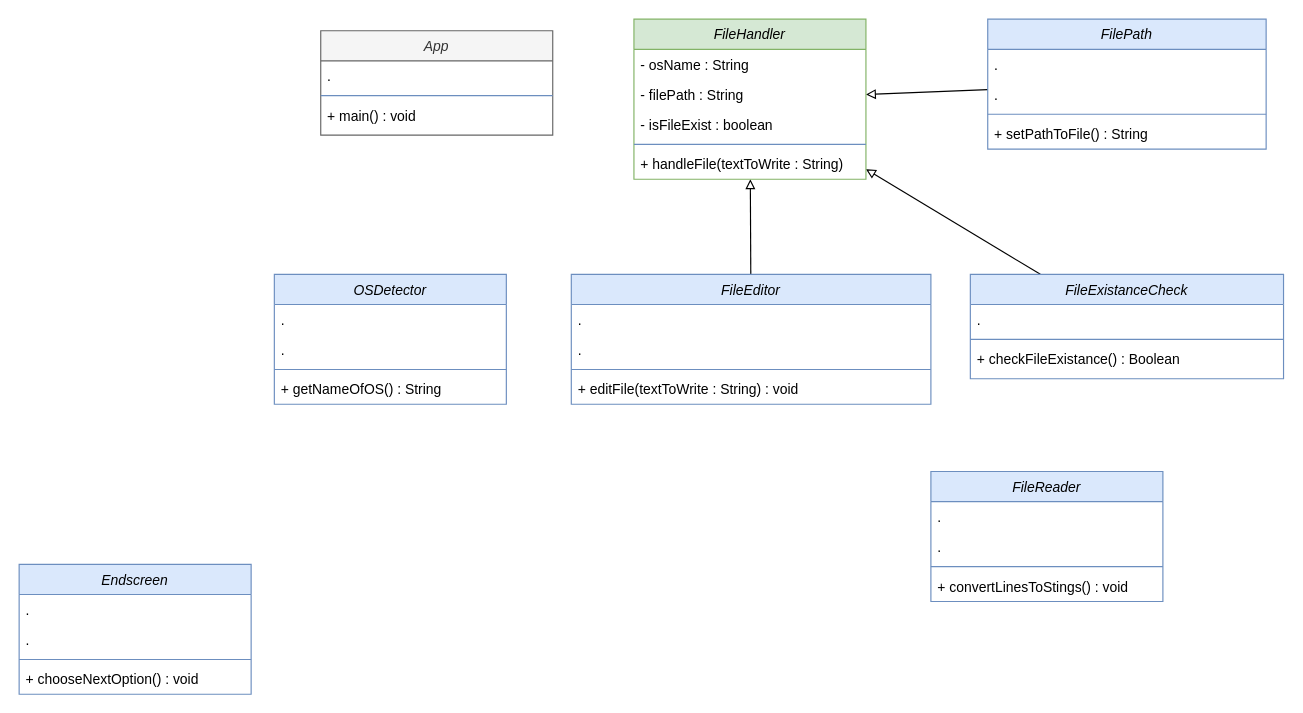
Before: page "Classes Diagram" (1 of 7) of todolist.drawio in bschostak/ToDoList, a draw.io diagram. Source tidied: cells renumbered, new cells numbered last; positions are measured from the earlier drawing's top-left corner, leaving out a move shared by most shapes. Both pictures are drawn from the tidied source at 116%, with x=0, y=0 at pixel (19, 19).
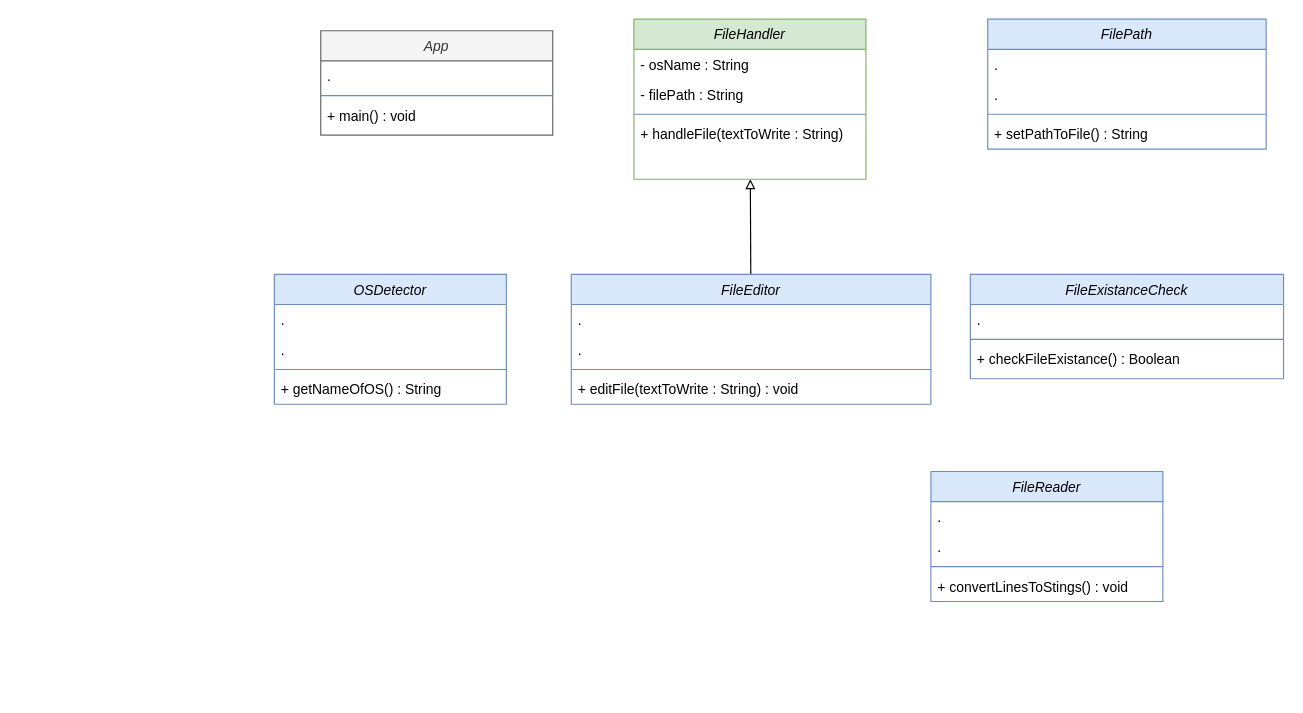
The same diagram, later.

The change refers to these unchanged cells:
```xml
<mxCell id="7" value="FileExistanceCheck" style="swimlane;fontStyle=2;align=center;verticalAlign=top;horizontal=1;startSize=26;rounded=0;shadow=0;strokeWidth=1;fillColor=#dae8fc;strokeColor=#6c8ebf;" parent="1" vertex="1">
  <mxGeometry x="820" y="220" width="270" height="90" as="geometry" />
</mxCell>
<mxCell id="12" value="FilePath" style="swimlane;fontStyle=2;align=center;verticalAlign=top;horizontal=1;startSize=26;rounded=0;shadow=0;strokeWidth=1;fillColor=#dae8fc;strokeColor=#6c8ebf;" parent="1" vertex="1">
  <mxGeometry x="835" width="240" height="112" as="geometry" />
</mxCell>
<mxCell id="38" value="FileHandler" style="swimlane;fontStyle=2;align=center;verticalAlign=top;horizontal=1;startSize=26;rounded=0;shadow=0;strokeWidth=1;fillColor=#d5e8d4;strokeColor=#82b366;" parent="1" vertex="1">
  <mxGeometry x="530" width="200" height="138" as="geometry" />
</mxCell>
```

What changed in the source:
```diff
@@
-    <mxCell id="6" style="edgeStyle=none;html=0;endArrow=block;endFill=0;" parent="1" edge="1" source="7" target="38">
-      <mxGeometry relative="1" as="geometry" />
-    </mxCell>
@@
-    <mxCell id="11" style="edgeStyle=none;html=1;fontSize=12;fontColor=#000000;endArrow=block;endFill=0;" parent="1" edge="1" source="12" target="38">
-      <mxGeometry relative="1" as="geometry" />
-    </mxCell>
@@
-    <mxCell id="33" value="Endscreen" style="swimlane;fontStyle=2;align=center;verticalAlign=top;horizontal=1;startSize=26;rounded=0;shadow=0;strokeWidth=1;fillColor=#dae8fc;strokeColor=#6c8ebf;" parent="1" vertex="1">
-      <mxGeometry y="470" width="200" height="112" as="geometry" />
-    </mxCell>
-    <mxCell id="34" value="." style="text;align=left;verticalAlign=top;spacingLeft=4;spacingRight=4;overflow=hidden;rounded=0;shadow=0;html=0;" parent="33" vertex="1">
-      <mxGeometry y="26" width="200" height="26" as="geometry" />
-    </mxCell>
-    <mxCell id="35" value="." style="text;align=left;verticalAlign=top;spacingLeft=4;spacingRight=4;overflow=hidden;rounded=0;shadow=0;html=0;" parent="33" vertex="1">
-      <mxGeometry y="52" width="200" height="26" as="geometry" />
-    </mxCell>
-    <mxCell id="36" style="line;html=1;strokeWidth=1;align=left;verticalAlign=middle;spacingTop=-1;spacingLeft=3;spacingRight=3;labelPosition=right;fillColor=#dae8fc;strokeColor=#6c8ebf;" parent="33" vertex="1">
-      <mxGeometry y="78" width="200" height="8" as="geometry" />
-    </mxCell>
-    <mxCell id="37" value="+ chooseNextOption() : void" style="text;align=left;verticalAlign=top;spacingLeft=4;spacingRight=4;overflow=hidden;" parent="33" vertex="1">
-      <mxGeometry y="86" width="200" height="26" as="geometry" />
-    </mxCell>
@@
-    <mxCell id="41" value="- isFileExist : boolean" style="text;align=left;verticalAlign=top;spacingLeft=4;spacingRight=4;overflow=hidden;rounded=0;shadow=0;html=0;" parent="38" vertex="1">
-      <mxGeometry y="78" width="200" height="26" as="geometry" />
-    </mxCell>
     <mxCell id="42" style="line;html=1;strokeWidth=1;align=left;verticalAlign=middle;spacingTop=-1;spacingLeft=3;spacingRight=3;labelPosition=right;fillColor=#dae8fc;strokeColor=#6c8ebf;" parent="38" vertex="1">
-      <mxGeometry y="104" width="200" height="8" as="geometry" />
+      <mxGeometry y="78" width="200" height="8" as="geometry" />
     </mxCell>
     <mxCell id="43" value="+ handleFile(textToWrite : String)" style="text;align=left;verticalAlign=top;spacingLeft=4;spacingRight=4;overflow=hidden;" parent="38" vertex="1">
-      <mxGeometry y="112" width="200" height="26" as="geometry" />
+      <mxGeometry y="86" width="200" height="26" as="geometry" />
     </mxCell>
```
